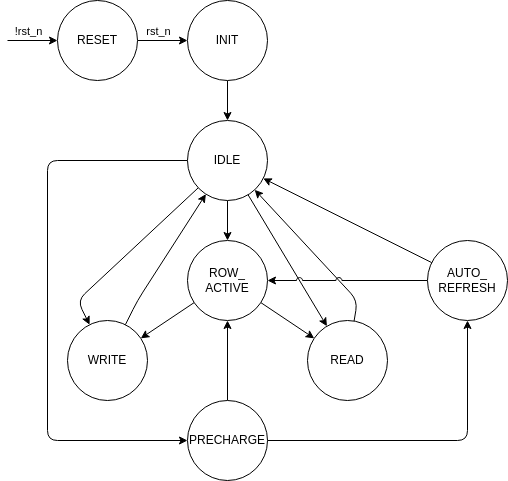
feipenghhq/SDRAM_controller keeps this draw.io diagram as doc/state_machine/sdram_simple_mp_state_machine.drawio.png. Above is the earlier version. Source tidied: cells renumbered, new cells last; positions are measured from the earlier drawing's top-left corner, leaving out a move shared by most shapes.
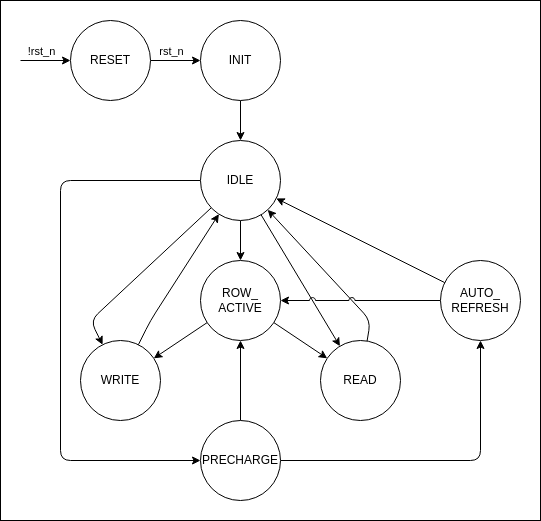
The same file after the commit.

Change to the diagram source:
```diff
@@ -2,6 +2,9 @@
   <root>
     <mxCell id="0" />
     <mxCell id="1" parent="0" />
+    <mxCell id="27" style="rounded=0;whiteSpace=wrap;html=1;" parent="1" vertex="1">
+      <mxGeometry x="-20" y="-20" width="540" height="520" as="geometry" />
+    </mxCell>
     <mxCell id="2" value="ROW_&lt;div&gt;ACTIVE&lt;/div&gt;" style="ellipse;whiteSpace=wrap;html=1;" parent="1" vertex="1">
       <mxGeometry x="180" y="240" width="80" height="80" as="geometry" />
     </mxCell>
```
